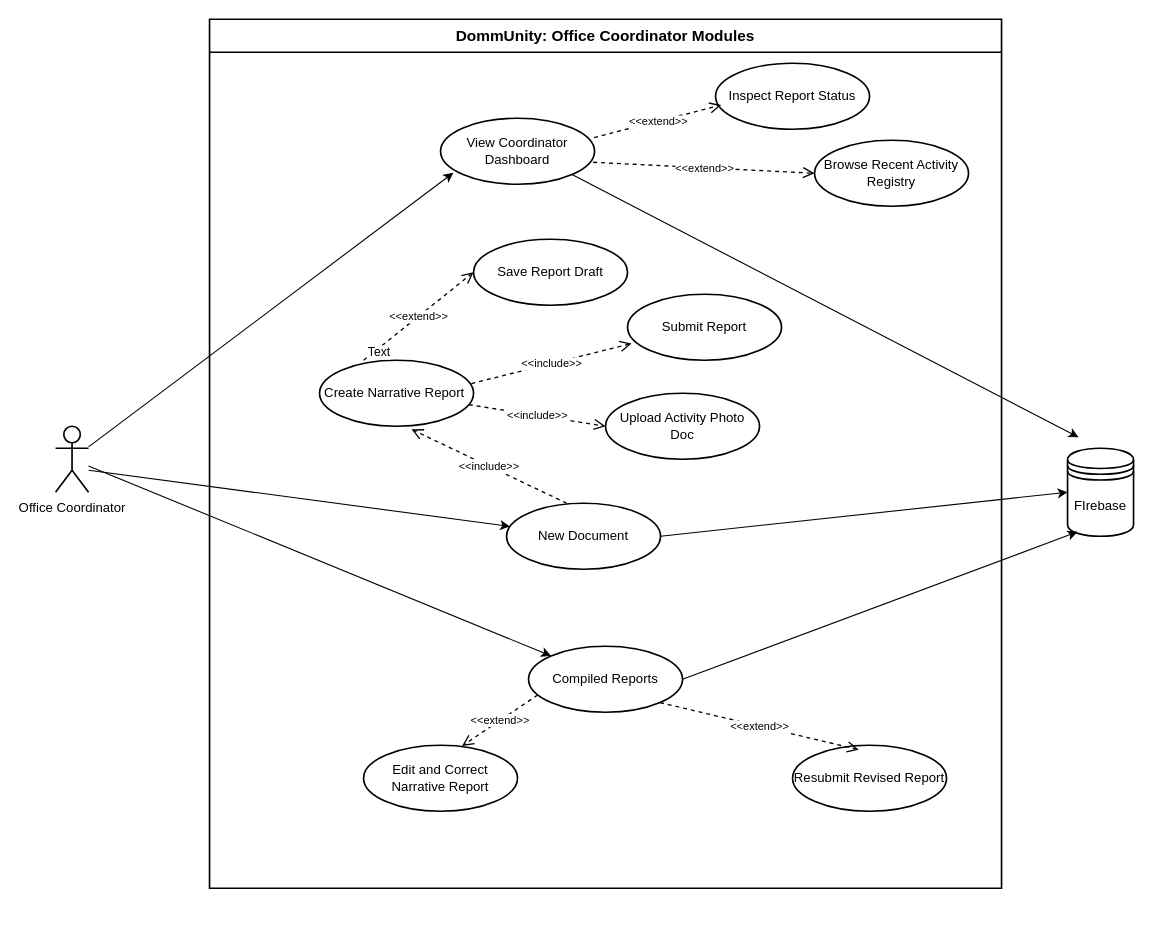
Earlier version of the draw.io diagram drawio/usecase_coordinator.drawio (BenidictJustin/DESKTOP-APP). Source tidied: cells renumbered, new cells numbered last; positions are measured from the earlier drawing's top-left corner, leaving out a move shared by most shapes. Both pictures are drawn from the tidied source at 110%, with x=0, y=0 at pixel (55, 19).
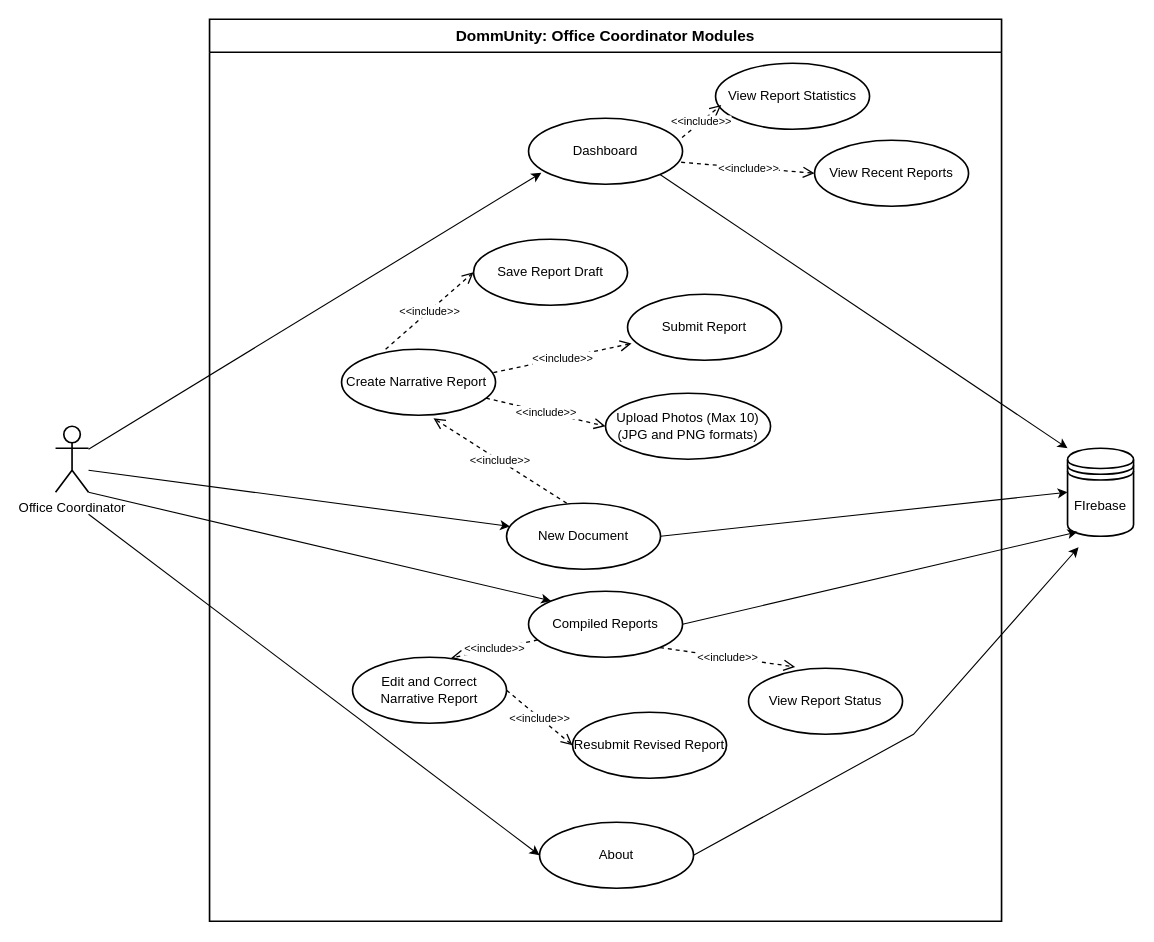
The same diagram, later.

The change refers to these unchanged cells:
```xml
<mxCell id="11" value="Save Report Draft" style="ellipse;whiteSpace=wrap;html=1;strokeWidth=1.5;strokeColor=#000000;fillColor=none;fontSize=12;" parent="2" vertex="1">
  <mxGeometry x="240" y="200" width="140" height="60" as="geometry" />
</mxCell>
<mxCell id="23" value="Office Coordinator" style="shape=umlActor;verticalLabelPosition=bottom;verticalAlign=top;html=1;outlineConnect=0;strokeWidth=1.5;strokeColor=#000000;fillColor=none;fontSize=12;" parent="1" vertex="1">
  <mxGeometry y="370" width="30" height="60" as="geometry" />
</mxCell>
```

Change to the diagram source:
```diff
@@
     <mxCell id="2" value="DommUnity: Office Coordinator Modules" style="swimlane;html=1;startSize=30;dashed=0;strokeWidth=1.5;strokeColor=#000000;fillColor=none;align=center;verticalAlign=top;html=1;whiteSpace=wrap;fontStyle=1;fontSize=14;" parent="1" vertex="1">
-      <mxGeometry x="140" width="720" height="790" as="geometry" />
+      <mxGeometry x="140" width="720" height="820" as="geometry" />
     </mxCell>
-    <mxCell id="3" value="View Coordinator Dashboard" style="ellipse;whiteSpace=wrap;html=1;strokeWidth=1.5;strokeColor=#000000;fillColor=none;fontSize=12;" parent="2" vertex="1">
-      <mxGeometry x="210" y="90" width="140" height="60" as="geometry" />
+    <mxCell id="3" value="Dashboard" style="ellipse;whiteSpace=wrap;html=1;strokeWidth=1.5;strokeColor=#000000;fillColor=none;fontSize=12;" parent="2" vertex="1">
+      <mxGeometry x="290" y="90" width="140" height="60" as="geometry" />
     </mxCell>
     <mxCell id="4" value="Create Narrative Report&amp;nbsp;" style="ellipse;whiteSpace=wrap;html=1;strokeWidth=1.5;strokeColor=#000000;fillColor=none;fontSize=12;" parent="2" vertex="1">
-      <mxGeometry x="100" y="310" width="140" height="60" as="geometry" />
+      <mxGeometry x="120" y="300" width="140" height="60" as="geometry" />
     </mxCell>
-    <mxCell id="5" value="Inspect Report Status" style="ellipse;whiteSpace=wrap;html=1;strokeWidth=1.5;strokeColor=#000000;fillColor=none;fontSize=12;" parent="2" vertex="1">
+    <mxCell id="5" value="View Report Statistics" style="ellipse;whiteSpace=wrap;html=1;strokeWidth=1.5;strokeColor=#000000;fillColor=none;fontSize=12;" parent="2" vertex="1">
       <mxGeometry x="460" y="40" width="140" height="60" as="geometry" />
     </mxCell>
-    <mxCell id="6" value="&amp;lt;&amp;lt;extend&amp;gt;&amp;gt;" style="endArrow=open;endSize=8;dashed=1;html=1;rounded=0;strokeWidth=1.2;strokeColor=#000000;verticalAlign=middle;align=center;fontSize=10;labelBackgroundColor=#ffffff;exitX=0.997;exitY=0.293;exitDx=0;exitDy=0;exitPerimeter=0;entryX=0.037;entryY=0.633;entryDx=0;entryDy=0;entryPerimeter=0;" parent="2" edge="1" source="3" target="5">
+    <mxCell id="6" value="&amp;lt;&amp;lt;include&amp;gt;&amp;gt;" style="endArrow=open;endSize=8;dashed=1;html=1;rounded=0;strokeWidth=1.2;strokeColor=#000000;verticalAlign=middle;align=center;fontSize=10;labelBackgroundColor=#ffffff;exitX=0.997;exitY=0.293;exitDx=0;exitDy=0;exitPerimeter=0;entryX=0.037;entryY=0.633;entryDx=0;entryDy=0;entryPerimeter=0;" parent="2" edge="1" source="3" target="5">
       <mxGeometry relative="1" as="geometry" />
     </mxCell>
-    <mxCell id="7" value="Browse Recent Activity Registry" style="ellipse;whiteSpace=wrap;html=1;strokeWidth=1.5;strokeColor=#000000;fillColor=none;fontSize=12;" parent="2" vertex="1">
+    <mxCell id="7" value="View Recent Reports" style="ellipse;whiteSpace=wrap;html=1;strokeWidth=1.5;strokeColor=#000000;fillColor=none;fontSize=12;" parent="2" vertex="1">
       <mxGeometry x="550" y="110" width="140" height="60" as="geometry" />
     </mxCell>
-    <mxCell id="8" value="&amp;lt;&amp;lt;extend&amp;gt;&amp;gt;" style="endArrow=open;endSize=8;dashed=1;html=1;rounded=0;strokeWidth=1.2;strokeColor=#000000;verticalAlign=middle;align=center;fontSize=10;labelBackgroundColor=#ffffff;exitX=0.991;exitY=0.667;exitDx=0;exitDy=0;exitPerimeter=0;entryX=0;entryY=0.5;entryDx=0;entryDy=0;" parent="2" edge="1" source="3" target="7">
+    <mxCell id="8" value="&amp;lt;&amp;lt;include&amp;gt;&amp;gt;" style="endArrow=open;endSize=8;dashed=1;html=1;rounded=0;strokeWidth=1.2;strokeColor=#000000;verticalAlign=middle;align=center;fontSize=10;labelBackgroundColor=#ffffff;exitX=0.991;exitY=0.667;exitDx=0;exitDy=0;exitPerimeter=0;entryX=0;entryY=0.5;entryDx=0;entryDy=0;" parent="2" edge="1" source="3" target="7">
       <mxGeometry relative="1" as="geometry" />
     </mxCell>
@@
-    <mxCell id="12" value="&amp;lt;&amp;lt;extend&amp;gt;&amp;gt;" style="endArrow=open;endSize=8;dashed=1;html=1;rounded=0;strokeWidth=1.2;strokeColor=#000000;verticalAlign=middle;align=center;fontSize=10;labelBackgroundColor=#ffffff;entryX=0;entryY=0.5;entryDx=0;entryDy=0;exitX=0.286;exitY=0;exitDx=0;exitDy=0;exitPerimeter=0;" parent="2" edge="1" source="4" target="11">
+    <mxCell id="12" value="&amp;lt;&amp;lt;include&amp;gt;&amp;gt;" style="endArrow=open;endSize=8;dashed=1;html=1;rounded=0;strokeWidth=1.2;strokeColor=#000000;verticalAlign=middle;align=center;fontSize=10;labelBackgroundColor=#ffffff;entryX=0;entryY=0.5;entryDx=0;entryDy=0;exitX=0.286;exitY=0;exitDx=0;exitDy=0;exitPerimeter=0;" parent="2" edge="1" source="4" target="11">
       <mxGeometry relative="1" as="geometry" />
     </mxCell>
-    <mxCell id="13" value="Text" style="edgeLabel;html=1;align=center;verticalAlign=middle;" parent="12" vertex="1">
-      <mxGeometry x="-0.77" y="-3" relative="1" as="geometry" />
-    </mxCell>
-    <mxCell id="14" value="Upload Activity Photo Doc" style="ellipse;whiteSpace=wrap;html=1;strokeWidth=1.5;strokeColor=#000000;fillColor=none;fontSize=12;" parent="2" vertex="1">
-      <mxGeometry x="360" y="340" width="140" height="60" as="geometry" />
+    <mxCell id="14" value="Upload Photos (Max 10)&lt;br&gt;(JPG and PNG formats)" style="ellipse;whiteSpace=wrap;html=1;strokeWidth=1.5;strokeColor=#000000;fillColor=none;fontSize=12;" parent="2" vertex="1">
+      <mxGeometry x="360" y="340" width="150" height="60" as="geometry" />
     </mxCell>
@@
     <mxCell id="18" value="Compiled Reports" style="ellipse;whiteSpace=wrap;html=1;strokeWidth=1.5;strokeColor=#000000;fillColor=none;fontSize=12;" parent="2" vertex="1">
-      <mxGeometry x="290" y="570" width="140" height="60" as="geometry" />
+      <mxGeometry x="290" y="520" width="140" height="60" as="geometry" />
     </mxCell>
     <mxCell id="19" value="Resubmit Revised Report" style="ellipse;whiteSpace=wrap;html=1;strokeWidth=1.5;strokeColor=#000000;fillColor=none;fontSize=12;" parent="2" vertex="1">
-      <mxGeometry x="530" y="660" width="140" height="60" as="geometry" />
+      <mxGeometry x="330" y="630" width="140" height="60" as="geometry" />
     </mxCell>
-    <mxCell id="20" value="&amp;lt;&amp;lt;extend&amp;gt;&amp;gt;" style="endArrow=open;endSize=8;dashed=1;html=1;rounded=0;strokeWidth=1.2;strokeColor=#000000;verticalAlign=middle;align=center;fontSize=10;labelBackgroundColor=#ffffff;exitX=1;exitY=1;exitDx=0;exitDy=0;entryX=0.43;entryY=0.067;entryDx=0;entryDy=0;entryPerimeter=0;" parent="2" edge="1" source="18" target="19">
+    <mxCell id="20" value="&amp;lt;&amp;lt;include&amp;gt;&amp;gt;" style="endArrow=open;endSize=8;dashed=1;html=1;rounded=0;strokeWidth=1.2;strokeColor=#000000;verticalAlign=middle;align=center;fontSize=10;labelBackgroundColor=#ffffff;exitX=1;exitY=0.5;exitDx=0;exitDy=0;entryX=0;entryY=0.5;entryDx=0;entryDy=0;" parent="2" edge="1" source="21" target="19">
       <mxGeometry relative="1" as="geometry" />
     </mxCell>
     <mxCell id="21" value="Edit and Correct Narrative Report" style="ellipse;whiteSpace=wrap;html=1;strokeWidth=1.5;strokeColor=#000000;fillColor=none;fontSize=12;" parent="2" vertex="1">
-      <mxGeometry x="140" y="660" width="140" height="60" as="geometry" />
+      <mxGeometry x="130" y="580" width="140" height="60" as="geometry" />
     </mxCell>
-    <mxCell id="22" value="&amp;lt;&amp;lt;extend&amp;gt;&amp;gt;" style="endArrow=open;endSize=8;dashed=1;html=1;rounded=0;strokeWidth=1.2;strokeColor=#000000;verticalAlign=middle;align=center;fontSize=10;labelBackgroundColor=#ffffff;exitX=0.06;exitY=0.738;exitDx=0;exitDy=0;exitPerimeter=0;entryX=0.64;entryY=0.01;entryDx=0;entryDy=0;entryPerimeter=0;" parent="2" edge="1" source="18" target="21">
+    <mxCell id="22" value="&amp;lt;&amp;lt;include&amp;gt;&amp;gt;" style="endArrow=open;endSize=8;dashed=1;html=1;rounded=0;strokeWidth=1.2;strokeColor=#000000;verticalAlign=middle;align=center;fontSize=10;labelBackgroundColor=#ffffff;exitX=0.06;exitY=0.738;exitDx=0;exitDy=0;exitPerimeter=0;entryX=0.64;entryY=0.01;entryDx=0;entryDy=0;entryPerimeter=0;" parent="2" edge="1" source="18" target="21">
       <mxGeometry relative="1" as="geometry" />
     </mxCell>
+    <mxCell id="31" value="View Report Status" style="ellipse;whiteSpace=wrap;html=1;strokeWidth=1.5;strokeColor=#000000;fillColor=none;fontSize=12;" parent="2" vertex="1">
+      <mxGeometry x="490" y="590" width="140" height="60" as="geometry" />
+    </mxCell>
+    <mxCell id="32" value="&amp;lt;&amp;lt;include&amp;gt;&amp;gt;" style="endArrow=open;endSize=8;dashed=1;html=1;rounded=0;strokeWidth=1.2;strokeColor=#000000;verticalAlign=middle;align=center;fontSize=10;labelBackgroundColor=#ffffff;exitX=1;exitY=1;exitDx=0;exitDy=0;entryX=0.303;entryY=-0.02;entryDx=0;entryDy=0;entryPerimeter=0;" parent="2" edge="1" source="18" target="31">
+      <mxGeometry relative="1" as="geometry" />
+    </mxCell>
+    <mxCell id="33" value="About" style="ellipse;whiteSpace=wrap;html=1;strokeWidth=1.5;strokeColor=#000000;fillColor=none;fontSize=12;" parent="2" vertex="1">
+      <mxGeometry x="300" y="730" width="140" height="60" as="geometry" />
+    </mxCell>
@@
-    <mxCell id="27" style="endArrow=classic;html=1;rounded=0;entryX=0;entryY=0;entryDx=0;entryDy=0;" parent="1" edge="1" source="23" target="18">
+    <mxCell id="27" style="endArrow=classic;html=1;rounded=0;entryX=0;entryY=0;entryDx=0;entryDy=0;exitX=1;exitY=1;exitDx=0;exitDy=0;exitPerimeter=0;" parent="1" edge="1" source="23" target="18">
       <mxGeometry relative="1" as="geometry" />
     </mxCell>
@@
     <mxCell id="30" style="endArrow=classic;html=1;rounded=0;exitX=1;exitY=1;exitDx=0;exitDy=0;" parent="1" edge="1" source="3">
       <mxGeometry relative="1" as="geometry">
-        <mxPoint x="930" y="380" as="targetPoint" />
+        <mxPoint x="920" y="390" as="targetPoint" />
       </mxGeometry>
     </mxCell>
+    <mxCell id="34" style="endArrow=classic;html=1;rounded=0;entryX=0;entryY=0.5;entryDx=0;entryDy=0;" parent="1" edge="1" target="33">
+      <mxGeometry relative="1" as="geometry">
+        <mxPoint x="30" y="450" as="sourcePoint" />
+      </mxGeometry>
+    </mxCell>
+    <mxCell id="35" style="endArrow=classic;html=1;rounded=0;exitX=1;exitY=0.5;exitDx=0;exitDy=0;" parent="1" edge="1" source="33">
+      <mxGeometry relative="1" as="geometry">
+        <mxPoint x="930" y="480" as="targetPoint" />
+        <Array as="points">
+          <mxPoint x="780" y="650" />
+        </Array>
+      </mxGeometry>
+    </mxCell>
```
